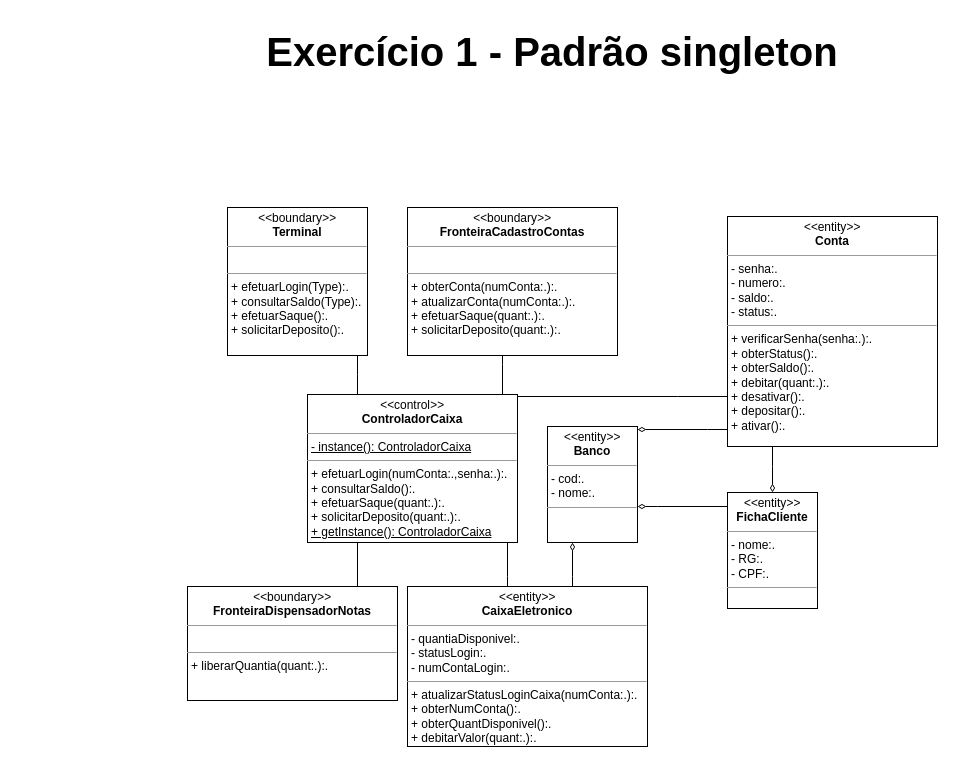
This is ATM_Singleton.drawio from JorgeEduardoFOS/lista2MC426, a draw.io file, before an edit. Source tidied: cells renumbered, new cells numbered last; positions are measured from the earlier drawing's top-left corner, leaving out a move shared by most shapes. Both pictures are drawn from the tidied source at 100%, with x=0, y=0 at pixel (187, 17).
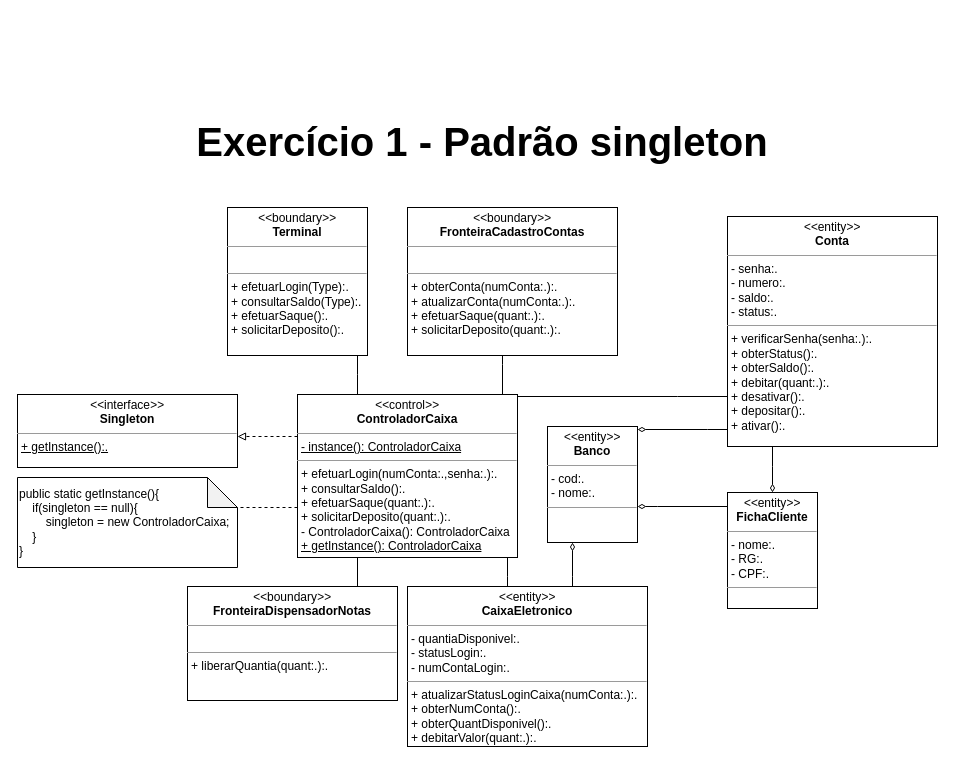
The same page after the edit.

What changed in the source:
```diff
@@
+    <mxCell id="20" style="edgeStyle=orthogonalEdgeStyle;rounded=0;jettySize=auto;html=1;endArrow=block;endFill=0;dashed=1;" parent="1" edge="1" source="8" target="22">
+      <mxGeometry relative="1" as="geometry">
+        <Array as="points">
+          <mxPoint x="100" y="419" />
+          <mxPoint x="100" y="419" />
+        </Array>
+      </mxGeometry>
+    </mxCell>
+    <mxCell id="21" style="edgeStyle=orthogonalEdgeStyle;rounded=0;jettySize=auto;html=1;endArrow=none;endFill=0;entryX=0;entryY=0;entryDx=220;entryDy=30;entryPerimeter=0;dashed=1;" parent="1" edge="1" source="8" target="23">
+      <mxGeometry relative="1" as="geometry">
+        <Array as="points">
+          <mxPoint x="100" y="490" />
+          <mxPoint x="100" y="490" />
+        </Array>
+      </mxGeometry>
+    </mxCell>
-    <mxCell id="8" value="&lt;p style=&quot;margin:0px;margin-top:4px;text-align:center;&quot;&gt;&lt;i&gt;&amp;lt;&amp;lt;&lt;/i&gt;control&lt;i&gt;&amp;gt;&amp;gt;&lt;/i&gt;&lt;br&gt;&lt;b&gt;ControladorCaixa&lt;/b&gt;&lt;/p&gt;&lt;hr size=&quot;1&quot;&gt;&lt;p style=&quot;margin:0px;margin-left:4px;&quot;&gt;&lt;u&gt;- instance(): ControladorCaixa&lt;/u&gt;&lt;/p&gt;&lt;hr size=&quot;1&quot;&gt;&lt;p style=&quot;margin:0px;margin-left:4px;&quot;&gt;+ efetuarLogin(numConta:.,senha:.):.&lt;br&gt;+ consultarSaldo():.&lt;/p&gt;&lt;p style=&quot;margin:0px;margin-left:4px;&quot;&gt;+ efetuarSaque(quant:.):.&lt;/p&gt;&lt;p style=&quot;margin:0px;margin-left:4px;&quot;&gt;+ solicitarDeposito(quant:.):.&lt;/p&gt;&lt;p style=&quot;margin:0px;margin-left:4px;&quot;&gt;&lt;u&gt;+ getInstance(): ControladorCaixa&lt;/u&gt;&lt;/p&gt;" style="verticalAlign=top;align=left;overflow=fill;fontSize=12;fontFamily=Helvetica;html=1;" parent="1" vertex="1">
-      <mxGeometry x="120" y="377" width="210" height="148" as="geometry" />
+    <mxCell id="8" value="&lt;p style=&quot;margin:0px;margin-top:4px;text-align:center;&quot;&gt;&lt;i&gt;&amp;lt;&amp;lt;&lt;/i&gt;control&lt;i&gt;&amp;gt;&amp;gt;&lt;/i&gt;&lt;br&gt;&lt;b&gt;ControladorCaixa&lt;/b&gt;&lt;/p&gt;&lt;hr size=&quot;1&quot;&gt;&lt;p style=&quot;margin:0px;margin-left:4px;&quot;&gt;&lt;u&gt;- instance(): ControladorCaixa&lt;/u&gt;&lt;/p&gt;&lt;hr size=&quot;1&quot;&gt;&lt;p style=&quot;margin:0px;margin-left:4px;&quot;&gt;+ efetuarLogin(numConta:.,senha:.):.&lt;br&gt;+ consultarSaldo():.&lt;/p&gt;&lt;p style=&quot;margin:0px;margin-left:4px;&quot;&gt;+ efetuarSaque(quant:.):.&lt;/p&gt;&lt;p style=&quot;margin:0px;margin-left:4px;&quot;&gt;+ solicitarDeposito(quant:.):.&lt;/p&gt;&lt;p style=&quot;margin:0px;margin-left:4px;&quot;&gt;- ControladorCaixa(): ControladorCaixa&lt;/p&gt;&lt;p style=&quot;margin:0px;margin-left:4px;&quot;&gt;&lt;u&gt;+ getInstance(): ControladorCaixa&lt;/u&gt;&lt;/p&gt;" style="verticalAlign=top;align=left;overflow=fill;fontSize=12;fontFamily=Helvetica;html=1;" parent="1" vertex="1">
+      <mxGeometry x="110" y="377" width="220" height="163" as="geometry" />
     </mxCell>
@@
     <mxCell id="19" value="Exercício 1 - Padrão singleton" style="text;align=center;fontStyle=1;verticalAlign=middle;spacingLeft=3;spacingRight=3;strokeColor=none;fontSize=40;labelBorderColor=none;strokeWidth=0;" parent="1" vertex="1">
-      <mxGeometry x="70" width="590" height="60" as="geometry" />
+      <mxGeometry y="90" width="590" height="60" as="geometry" />
     </mxCell>
+    <mxCell id="22" value="&lt;p style=&quot;margin:0px;margin-top:4px;text-align:center;&quot;&gt;&lt;i&gt;&amp;lt;&amp;lt;&lt;/i&gt;interface&lt;i&gt;&amp;gt;&amp;gt;&lt;/i&gt;&lt;br&gt;&lt;b&gt;Singleton&lt;/b&gt;&lt;/p&gt;&lt;hr size=&quot;1&quot;&gt;&lt;p style=&quot;margin:0px;margin-left:4px;&quot;&gt;&lt;u style=&quot;background-color: initial;&quot;&gt;+ getInstance():.&lt;/u&gt;&lt;br&gt;&lt;/p&gt;" style="verticalAlign=top;align=left;overflow=fill;fontSize=12;fontFamily=Helvetica;html=1;" parent="1" vertex="1">
+      <mxGeometry x="-170" y="377" width="220" height="73" as="geometry" />
+    </mxCell>
+    <mxCell id="23" value="public static getInstance(){&lt;br&gt;&amp;nbsp; &amp;nbsp; if(singleton == null){&lt;br&gt;&amp;nbsp; &amp;nbsp; &amp;nbsp; &amp;nbsp; singleton = new ControladorCaixa;&lt;br&gt;&amp;nbsp; &amp;nbsp; }&lt;br&gt;}" style="shape=note;whiteSpace=wrap;html=1;backgroundOutline=1;darkOpacity=0.05;align=left;" parent="1" vertex="1">
+      <mxGeometry x="-170" y="460" width="220" height="90" as="geometry" />
+    </mxCell>
```
